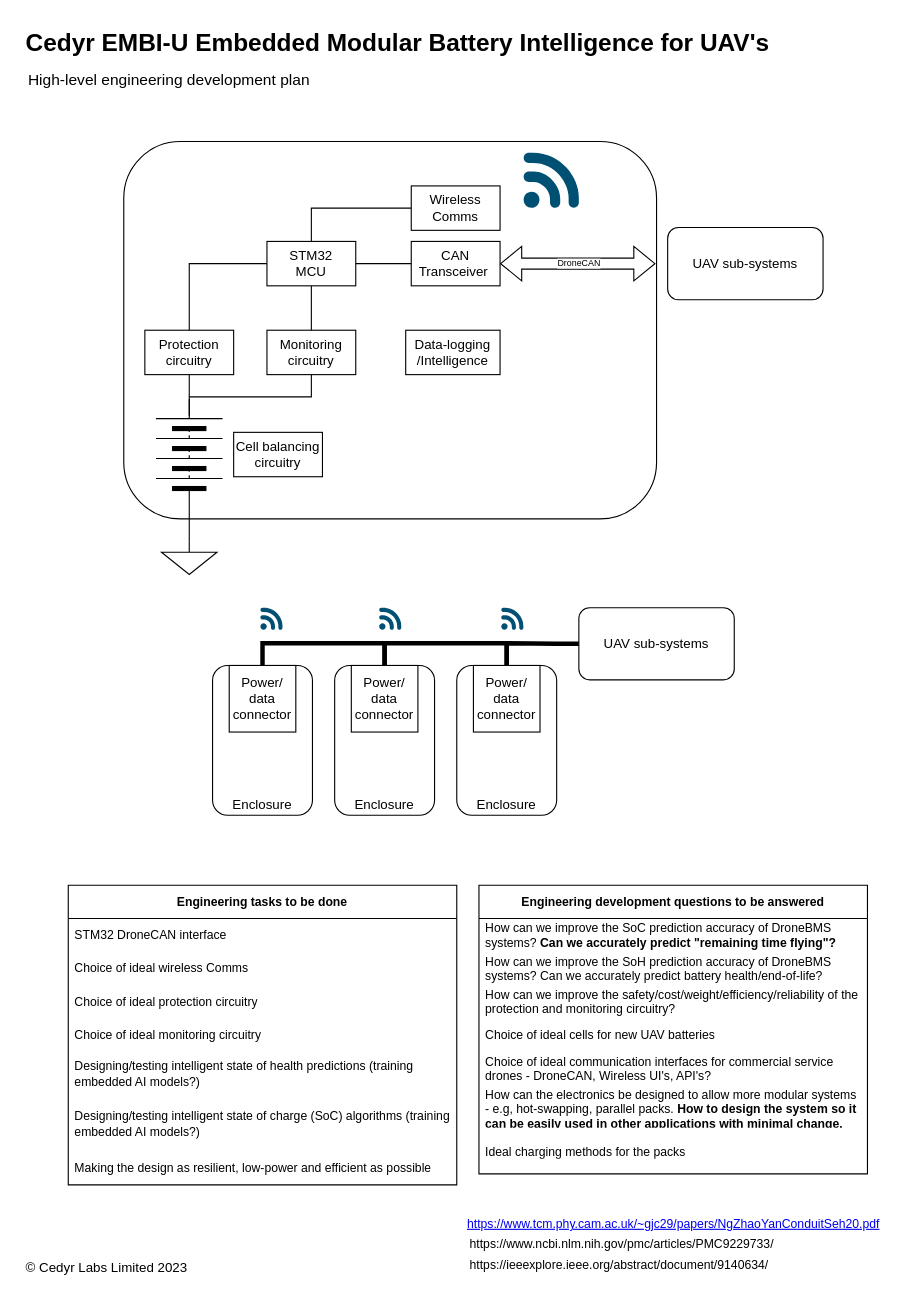
This is page "Project introduction" (1 of 3) of UAVBatteryProject.drawio from EmbeddedSam/UAVBatteryProject1, a draw.io file, before an edit. Source tidied: cells renumbered, new cells numbered last; positions are measured from the earlier drawing's top-left corner, leaving out a move shared by most shapes. Both pictures are drawn from the tidied source at 111%, with x=0, y=0 at pixel (19, 19).
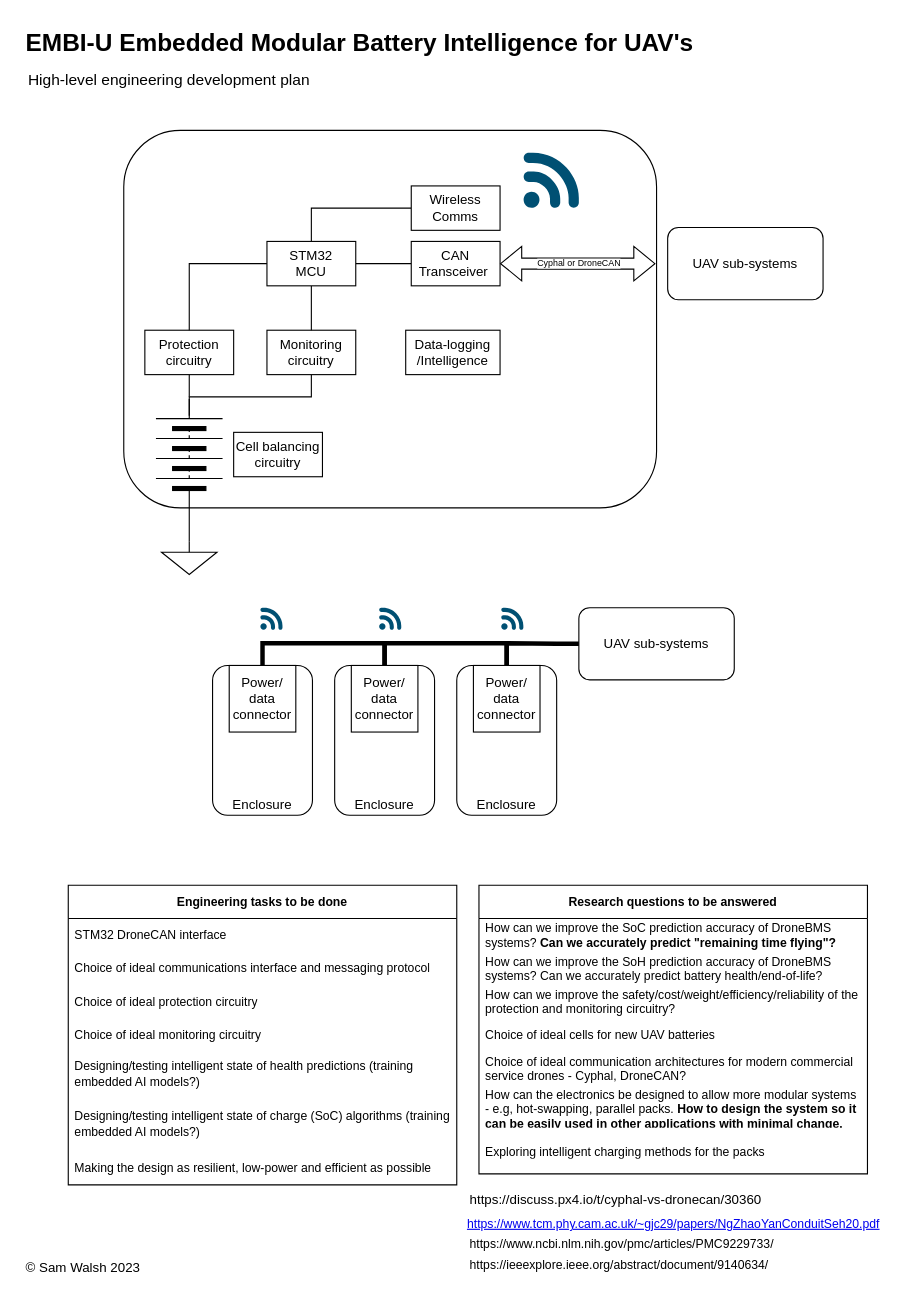
After the change.

Unchanged cells that the change refers to:
```xml
<mxCell id="18" style="shape=flexArrow;endArrow=classic;startArrow=classic;html=1;rounded=0;labelBackgroundColor=default;strokeColor=default;fontFamily=Helvetica;fontSize=11;fontColor=default;exitX=1;exitY=0.5;exitDx=0;exitDy=0;entryX=0;entryY=0.5;entryDx=0;entryDy=0;" parent="1" edge="1" source="14">
  <mxGeometry relative="1" as="geometry">
    <mxPoint x="573" y="220" as="targetPoint" />
  </mxGeometry>
</mxCell>
<mxCell id="20" value="&lt;b&gt;Engineering tasks to be done&lt;/b&gt;" style="swimlane;fontStyle=0;horizontal=1;startSize=30;whiteSpace=wrap;html=1;fontFamily=Helvetica;fontSize=11;fontColor=default;" parent="1" vertex="1">
  <mxGeometry x="44" y="780" width="350" height="270" as="geometry" />
</mxCell>
```

Change to the diagram source:
```diff
@@
-    <mxCell id="19" value="DroneCAN" style="edgeLabel;html=1;align=center;verticalAlign=middle;fontSize=8;fontFamily=Helvetica;fontColor=default;" parent="18" vertex="1">
+    <mxCell id="19" value="Cyphal or DroneCAN" style="edgeLabel;html=1;align=center;verticalAlign=middle;fontSize=8;fontFamily=Helvetica;fontColor=default;" parent="18" vertex="1">
       <mxGeometry x="0.19" y="-2" relative="1" as="geometry">
         <mxPoint x="-13" y="-3" as="offset" />
       </mxGeometry>
     </mxCell>
@@
-    <mxCell id="22" value="Choice of ideal wireless Comms" style="text;strokeColor=none;fillColor=none;align=left;verticalAlign=middle;spacingLeft=4;spacingRight=4;overflow=hidden;whiteSpace=wrap;html=1;fontSize=11;fontFamily=Helvetica;fontColor=default;" parent="20" vertex="1">
+    <mxCell id="22" value="Choice of ideal communications interface and messaging protocol" style="text;strokeColor=none;fillColor=none;align=left;verticalAlign=middle;spacingLeft=4;spacingRight=4;overflow=hidden;whiteSpace=wrap;html=1;fontSize=11;fontFamily=Helvetica;fontColor=default;" parent="20" vertex="1">
       <mxGeometry y="60" width="350" height="30" as="geometry" />
     </mxCell>
@@
-    <mxCell id="31" value="&lt;b style=&quot;font-size: 22px;&quot;&gt;Cedyr EMBI-U Embedded Modular Battery Intelligence for UAV's&lt;/b&gt;" style="text;whiteSpace=wrap;html=1;fontSize=24;fontFamily=Helvetica;fontColor=default;" parent="1" vertex="1">
+    <mxCell id="31" value="&lt;b style=&quot;font-size: 22px;&quot;&gt;EMBI-U Embedded Modular Battery Intelligence for UAV's&lt;/b&gt;" style="text;whiteSpace=wrap;html=1;fontSize=24;fontFamily=Helvetica;fontColor=default;" parent="1" vertex="1">
       <mxGeometry x="4" width="760" height="40" as="geometry" />
     </mxCell>
-    <mxCell id="32" value="&lt;b&gt;Engineering development questions to be answered&lt;/b&gt;" style="swimlane;fontStyle=0;horizontal=1;startSize=30;whiteSpace=wrap;html=1;fontFamily=Helvetica;fontSize=11;fontColor=default;" parent="1" vertex="1">
+    <mxCell id="32" value="&lt;b&gt;Research questions to be answered&lt;/b&gt;" style="swimlane;fontStyle=0;horizontal=1;startSize=30;whiteSpace=wrap;html=1;fontFamily=Helvetica;fontSize=11;fontColor=default;" parent="1" vertex="1">
       <mxGeometry x="414" y="780" width="350" height="260" as="geometry" />
     </mxCell>
@@
-    <mxCell id="37" value="Choice of ideal communication interfaces for commercial service drones - DroneCAN, Wireless UI's, API's?" style="text;strokeColor=none;fillColor=none;align=left;verticalAlign=middle;spacingLeft=4;spacingRight=4;overflow=hidden;whiteSpace=wrap;html=1;fontSize=11;fontFamily=Helvetica;fontColor=default;" parent="32" vertex="1">
+    <mxCell id="37" value="Choice of ideal communication architectures for modern commercial service drones - Cyphal, DroneCAN?&amp;nbsp;" style="text;strokeColor=none;fillColor=none;align=left;verticalAlign=middle;spacingLeft=4;spacingRight=4;overflow=hidden;whiteSpace=wrap;html=1;fontSize=11;fontFamily=Helvetica;fontColor=default;" parent="32" vertex="1">
       <mxGeometry y="150" width="350" height="30" as="geometry" />
     </mxCell>
@@
-    <mxCell id="39" value="Ideal charging methods for the packs" style="text;strokeColor=none;fillColor=none;align=left;verticalAlign=middle;spacingLeft=4;spacingRight=4;overflow=hidden;whiteSpace=wrap;html=1;fontSize=11;fontFamily=Helvetica;fontColor=default;" parent="32" vertex="1">
+    <mxCell id="39" value="Exploring intelligent charging methods for the packs" style="text;strokeColor=none;fillColor=none;align=left;verticalAlign=middle;spacingLeft=4;spacingRight=4;overflow=hidden;whiteSpace=wrap;html=1;fontSize=11;fontFamily=Helvetica;fontColor=default;" parent="32" vertex="1">
       <mxGeometry y="220" width="350" height="40" as="geometry" />
     </mxCell>
@@
     <mxCell id="55" style="rounded=1;whiteSpace=wrap;html=1;fontFamily=Helvetica;fontSize=11;fontColor=default;fillColor=none;" parent="1" vertex="1">
-      <mxGeometry x="94" y="110" width="480" height="340" as="geometry" />
+      <mxGeometry x="94" y="100" width="480" height="340" as="geometry" />
     </mxCell>
@@
-    <mxCell id="57" value="© Cedyr Labs Limited 2023" style="text;html=1;strokeColor=none;fillColor=none;align=left;verticalAlign=middle;whiteSpace=wrap;rounded=0;" parent="1" vertex="1">
+    <mxCell id="57" value="© Sam Walsh 2023" style="text;html=1;strokeColor=none;fillColor=none;align=left;verticalAlign=middle;whiteSpace=wrap;rounded=0;" parent="1" vertex="1">
       <mxGeometry x="4" y="1110" width="240" height="30" as="geometry" />
     </mxCell>
@@
+    <mxCell id="59" value="https://discuss.px4.io/t/cyphal-vs-dronecan/30360" style="text;whiteSpace=wrap;html=1;" parent="1" vertex="1">
+      <mxGeometry x="404" y="1050" width="300" height="40" as="geometry" />
+    </mxCell>
```
